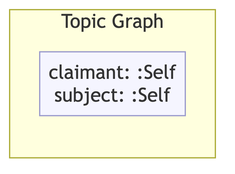
Above: example/graphs/images/graph-33.png in MeeFoundation/mia-ontologies (Mermaid), before the change. Its source is kept beside it as example/graphs/images/graph-33.mmd. Its diagram source:
```mermaid
flowchart TD
    classDef person fill:#fffacd,stroke:#aaa,color:#333
    classDef org    fill:#cce5ff,stroke:#aaa,color:#333
    classDef lit    fill:none,stroke:none,font-style:italic,color:#2a7a2a
    classDef meta   fill:#f5f5ff,stroke:#9999cc,color:#333

    subgraph ctx["Topic Graph"]
        direction LR
        ctx_meta["claimant: :Self\nsubject: :Self"]:::meta
    end
```
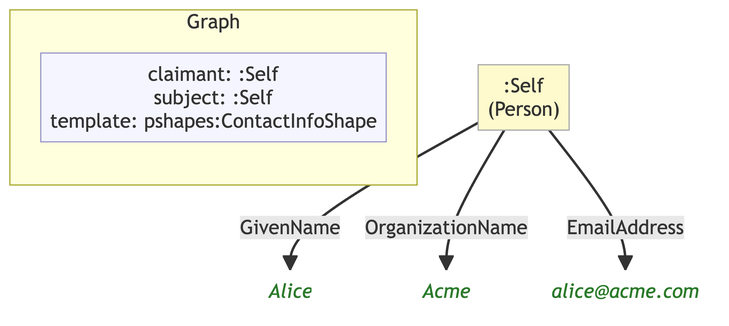
After the commit.

Change to the diagram source:
```diff
@@ -4,7 +4,16 @@
     classDef lit    fill:none,stroke:none,font-style:italic,color:#2a7a2a
     classDef meta   fill:#f5f5ff,stroke:#9999cc,color:#333
 
-    subgraph ctx["Topic Graph"]
+    subgraph ctx["Graph"]
         direction LR
-        ctx_meta["claimant: :Self\nsubject: :Self"]:::meta
+        ctx_meta["claimant: :Self\nsubject: :Self\ntemplate: pshapes:ContactInfoShape"]:::meta
     end
+
+    ne0c3ba92f1db[":Self\n(Person)"]:::person
+    n44aac4692f72("Alice"):::lit
+    nfa66c708ac0c("Acme"):::lit
+    n841b4826c868("alice@acme.com"):::lit
+
+    ne0c3ba92f1db -->|"GivenName"| n44aac4692f72
+    ne0c3ba92f1db -->|"OrganizationName"| nfa66c708ac0c
+    ne0c3ba92f1db -->|"EmailAddress"| n841b4826c868
```
